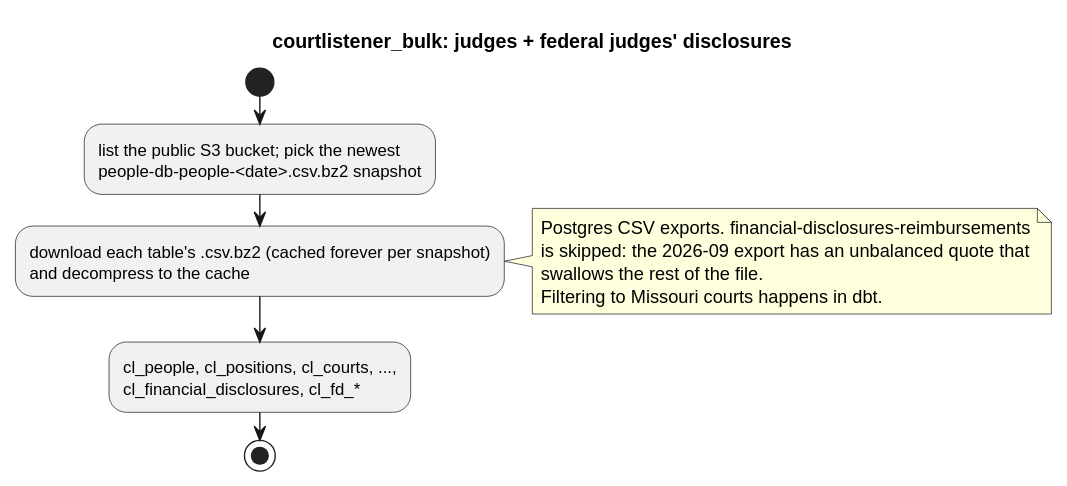
Above: docs/diagrams/sources/courtlistener_bulk.svg in akettmann/missouri_gov_feed (PlantUML), before the change. Its source is kept beside it as docs/diagrams/sources/courtlistener_bulk.puml.
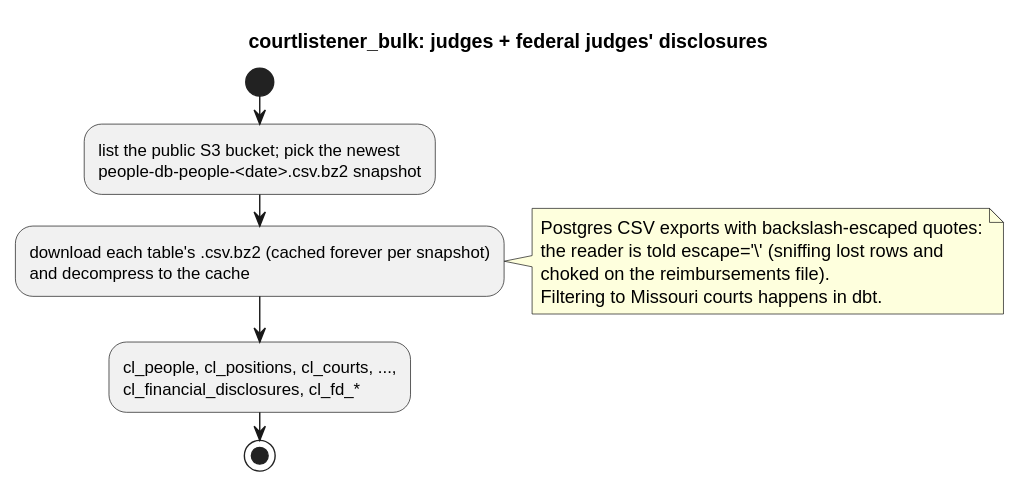
The same diagram one commit later.

Commit message:
Stop CSV loaders silently dropping rows: set quote/escape explicitly

Diff of the diagram source:
```diff
@@ -6,9 +6,9 @@
 :download each table's .csv.bz2 (cached forever per snapshot)
 and decompress to the cache;
 note right
-  Postgres CSV exports. financial-disclosures-reimbursements
-  is skipped: the 2026-09 export has an unbalanced quote that
-  swallows the rest of the file.
+  Postgres CSV exports with backslash-escaped quotes:
+  the reader is told escape='\' (sniffing lost rows and
+  choked on the reimbursements file).
   Filtering to Missouri courts happens in dbt.
 end note
 :cl_people, cl_positions, cl_courts, ...,
```
